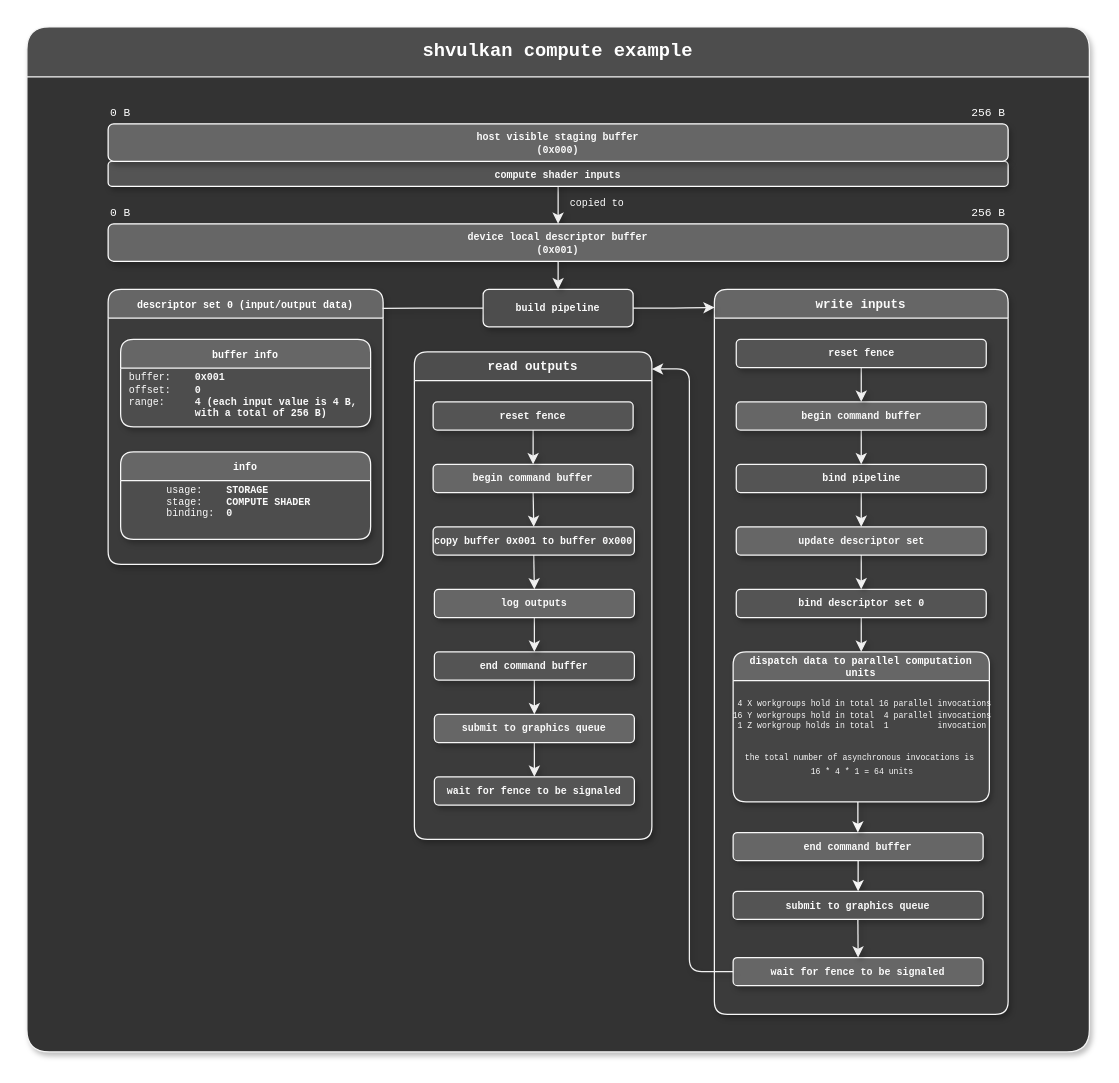
Above: examples/diagrams/shvulkan compute.drawio in MrSinho/shvulkan (draw.io), before the change. Source tidied: cells renumbered, new cells numbered last; positions are measured from the earlier drawing's top-left corner, leaving out a move shared by most shapes. Both pictures are drawn from the tidied source at 125%, with x=0, y=0 at pixel (26, 26).
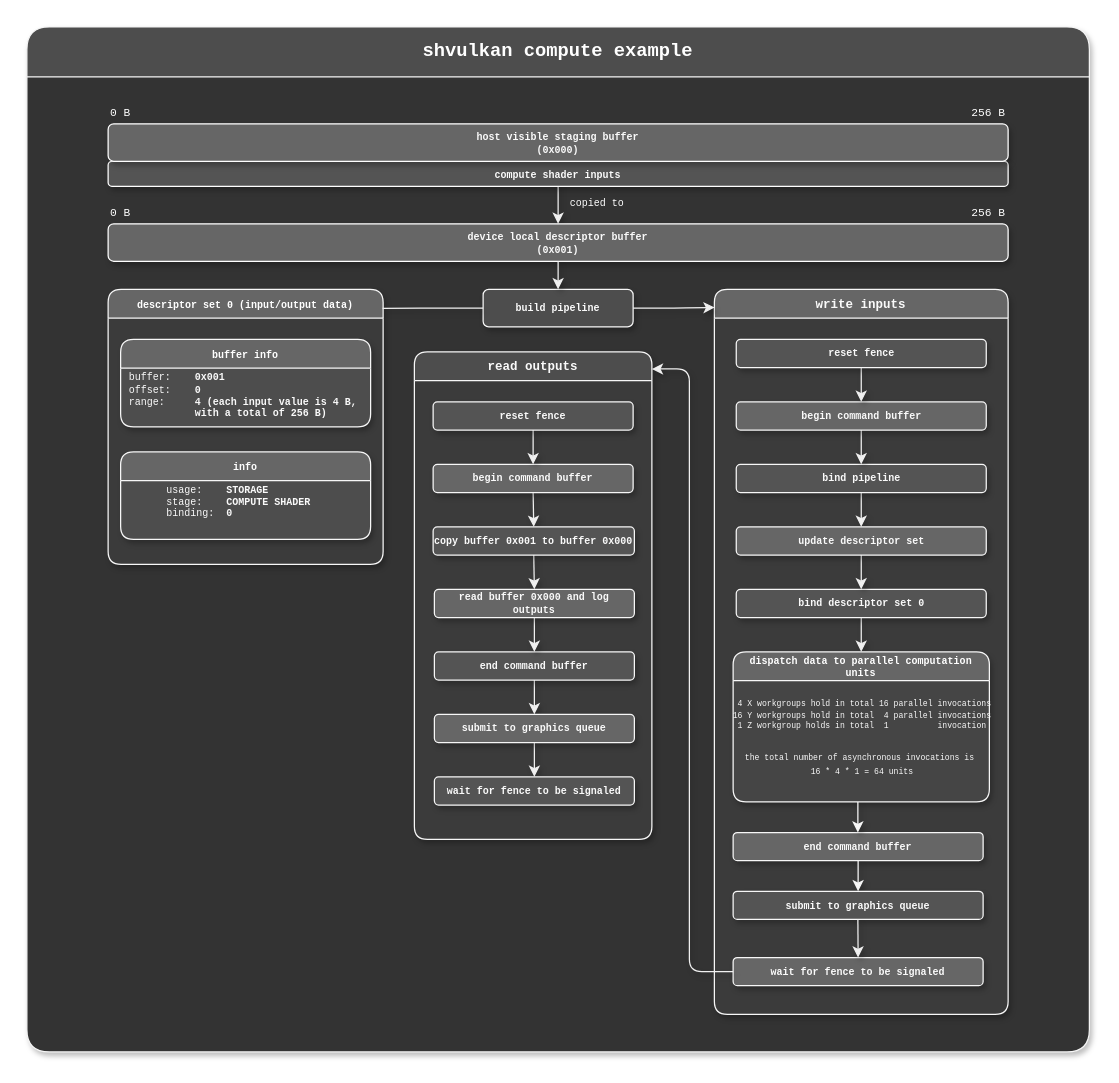
The same page after the edit.

The change refers to these unchanged cells:
```xml
<mxCell id="42" value="&lt;font style=&quot;font-size: 10px;&quot;&gt;read outputs&lt;/font&gt;" style="swimlane;whiteSpace=wrap;html=1;fontFamily=consolas;fontSize=8;fillColor=#4D4D4D;fontColor=#FAFAFA;strokeColor=#F7F7F7;swimlaneFillColor=#3b3b3b;shadow=1;rounded=1;labelBackgroundColor=none;" parent="2" vertex="1">
  <mxGeometry x="310" y="260" width="190" height="390" as="geometry" />
</mxCell>
```

What changed in the source:
```diff
@@
-    <mxCell id="55" value="log outputs" style="whiteSpace=wrap;html=1;align=center;fontFamily=consolas;fontSize=8;fontStyle=1;fillColor=#666666;fontColor=#FAFAFA;strokeColor=#F7F7F7;swimlaneFillColor=none;rounded=1;shadow=1;labelBackgroundColor=none;" parent="42" vertex="1">
+    <mxCell id="55" value="read buffer 0x000 and log outputs" style="whiteSpace=wrap;html=1;align=center;fontFamily=consolas;fontSize=8;fontStyle=1;fillColor=#666666;fontColor=#FAFAFA;strokeColor=#F7F7F7;swimlaneFillColor=none;rounded=1;shadow=1;labelBackgroundColor=none;" parent="42" vertex="1">
       <mxGeometry x="16" y="190" width="160" height="22.5" as="geometry" />
     </mxCell>
```
